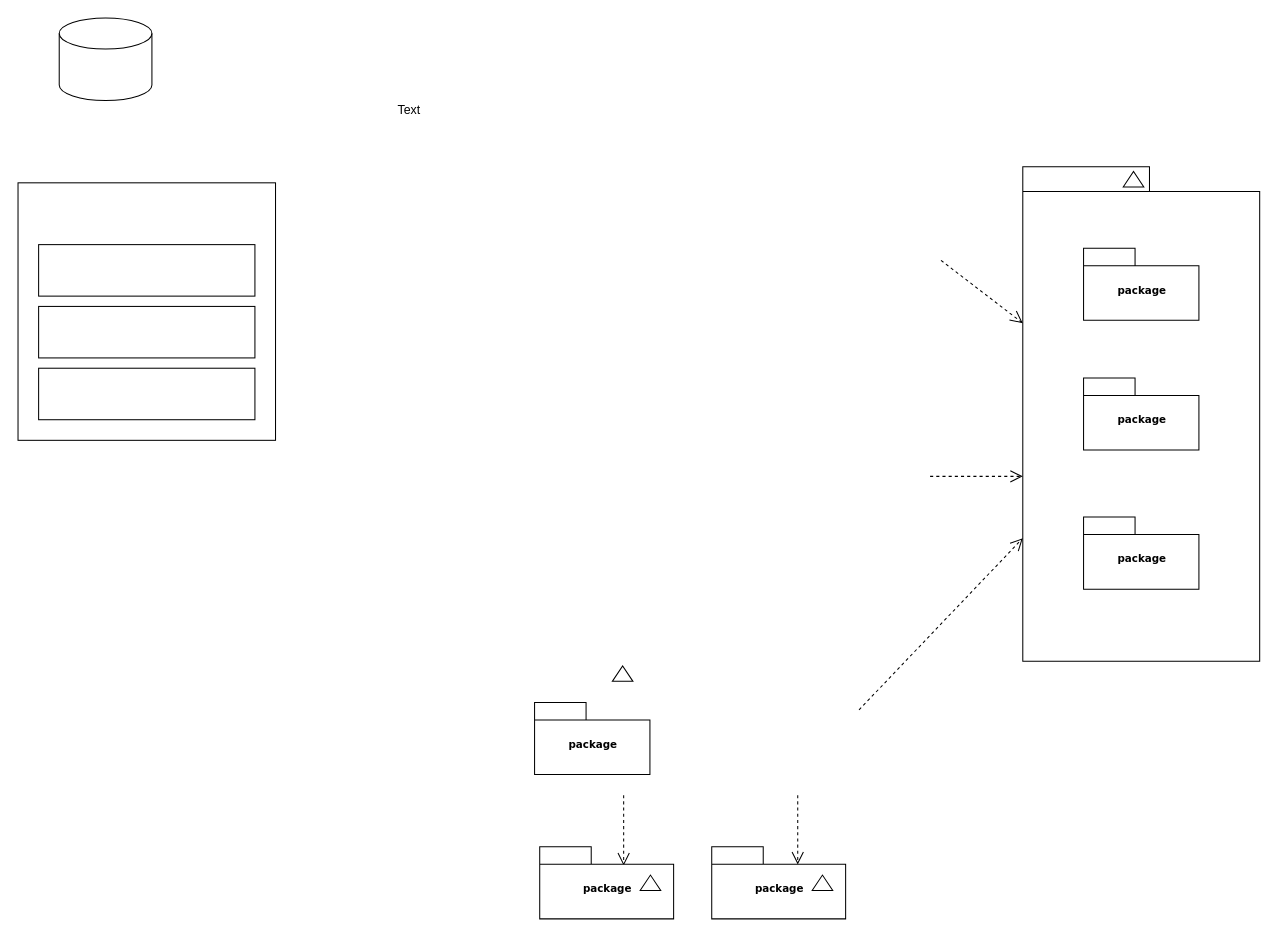
afomike/Accidental-Fall keeps this draw.io diagram as static/Untitled Diagram.drawio. Above is the earlier version. Source tidied: cells renumbered, new cells numbered last; positions are measured from the earlier drawing's top-left corner, leaving out a move shared by most shapes. Both pictures are drawn from the tidied source at 103%, with x=0, y=0 at pixel (18, 18).
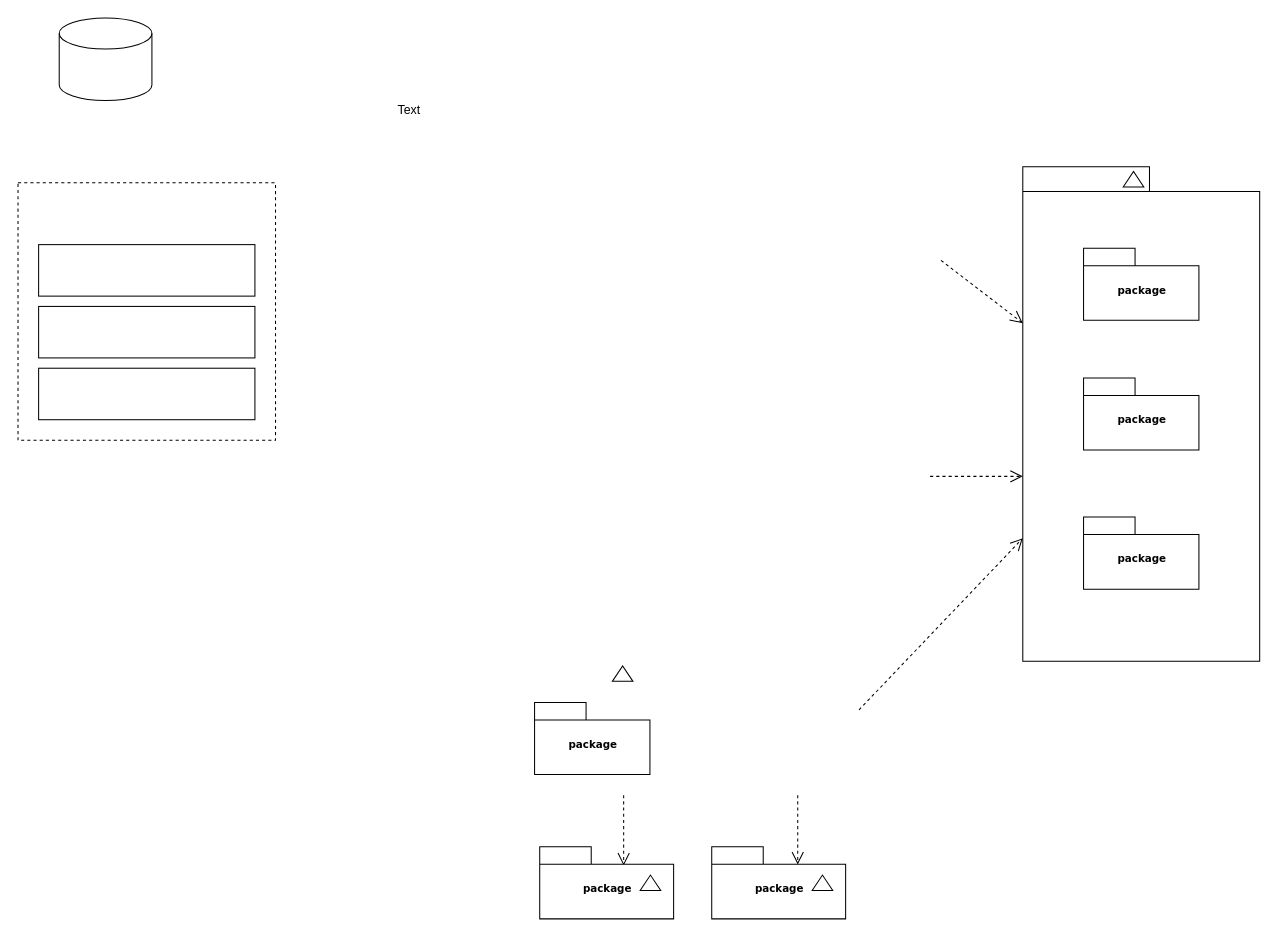
The same diagram, later.

Commit message:
Architectural Design

Diff of the diagram source:
```diff
@@
-    <mxCell id="23" style="whiteSpace=wrap;html=1;" parent="1" vertex="1">
+    <mxCell id="23" style="whiteSpace=wrap;html=1;dashed=1;" parent="1" vertex="1">
       <mxGeometry y="160" width="250" height="250" as="geometry" />
     </mxCell>
```
